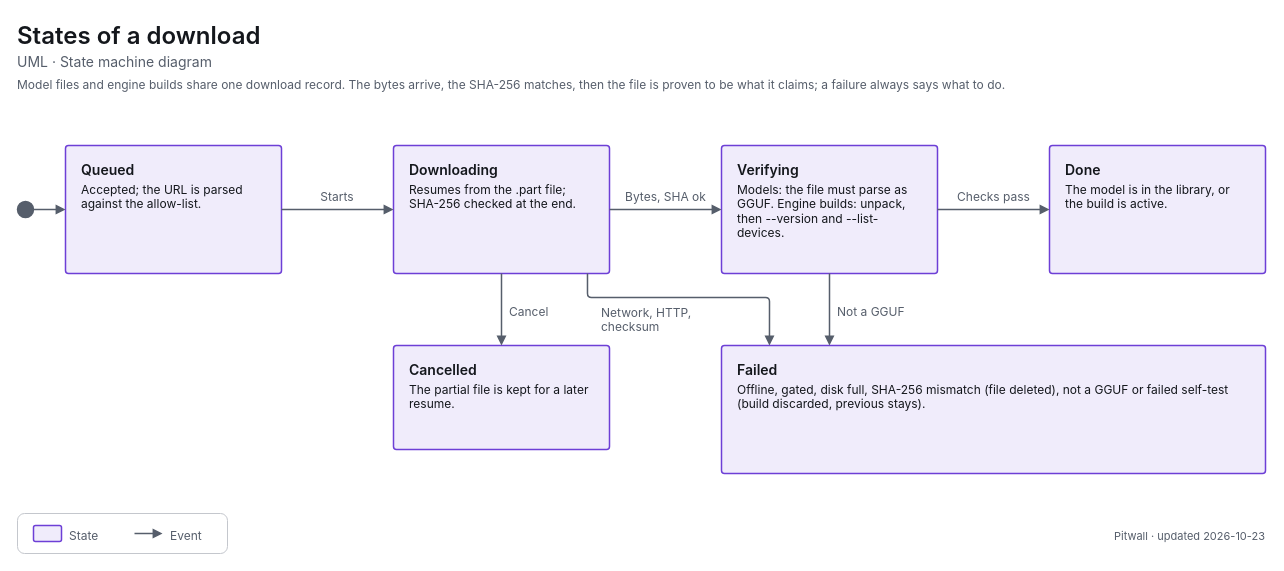
decryp7/paddock keeps this draw.io diagram as apps/pitwall/docs/diagrams/uml-state-download.drawio. Above is the earlier version. Source tidied: cells renumbered, new cells numbered last; positions are measured from the earlier drawing's top-left corner, leaving out a move shared by most shapes. Both pictures are drawn from the tidied source at 100%, with x=0, y=0 at pixel (17, 17).
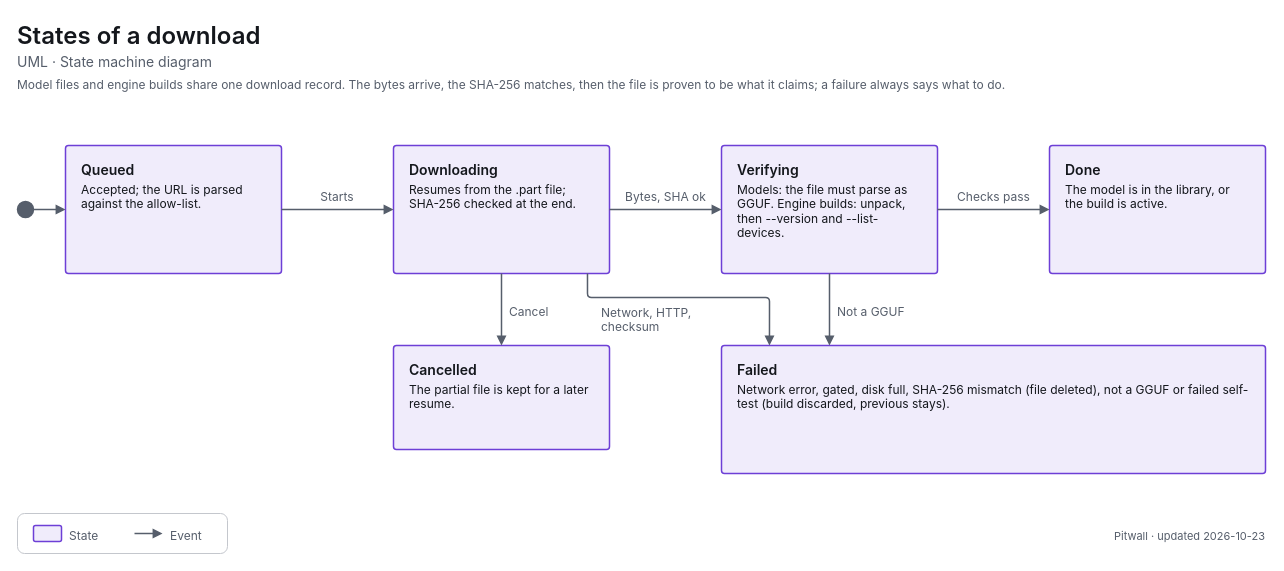
The same diagram, later.

Change to the diagram source:
```diff
@@
-    <mxCell id="10" value="&lt;span style=&quot;font-size:14px;font-weight:600&quot;&gt;Failed&lt;/span&gt;&lt;br&gt;&lt;div style=&quot;margin-top:4px;font-size:12px&quot;&gt;Offline, gated, disk full, SHA-256 mismatch (file deleted), not a GGUF or failed self-test (build discarded, previous stays).&lt;/div&gt;" style="html=1;whiteSpace=wrap;fontFamily=-apple-system,BlinkMacSystemFont,Segoe UI,system-ui,sans-serif;fontSize=12;fontColor=light-dark(#14171C,#ECEEF1);rounded=1;absoluteArcSize=1;arcSize=6;strokeWidth=1.5;strokeColor=light-dark(#6D3FD6,#A58BFA);fillColor=light-dark(#F0ECFB,#2C2A3F);align=left;verticalAlign=top;spacingLeft=14;spacingRight=14;spacingTop=10;spacingBottom=8;" parent="1" vertex="1">
+    <mxCell id="10" value="&lt;span style=&quot;font-size:14px;font-weight:600&quot;&gt;Failed&lt;/span&gt;&lt;br&gt;&lt;div style=&quot;margin-top:4px;font-size:12px&quot;&gt;Network error, gated, disk full, SHA-256 mismatch (file deleted), not a GGUF or failed self-test (build discarded, previous stays).&lt;/div&gt;" style="html=1;whiteSpace=wrap;fontFamily=-apple-system,BlinkMacSystemFont,Segoe UI,system-ui,sans-serif;fontSize=12;fontColor=light-dark(#14171C,#ECEEF1);rounded=1;absoluteArcSize=1;arcSize=6;strokeWidth=1.5;strokeColor=light-dark(#6D3FD6,#A58BFA);fillColor=light-dark(#F0ECFB,#2C2A3F);align=left;verticalAlign=top;spacingLeft=14;spacingRight=14;spacingTop=10;spacingBottom=8;" parent="1" vertex="1">
       <mxGeometry x="704" y="328" width="544" height="128" as="geometry" />
     </mxCell>
```
